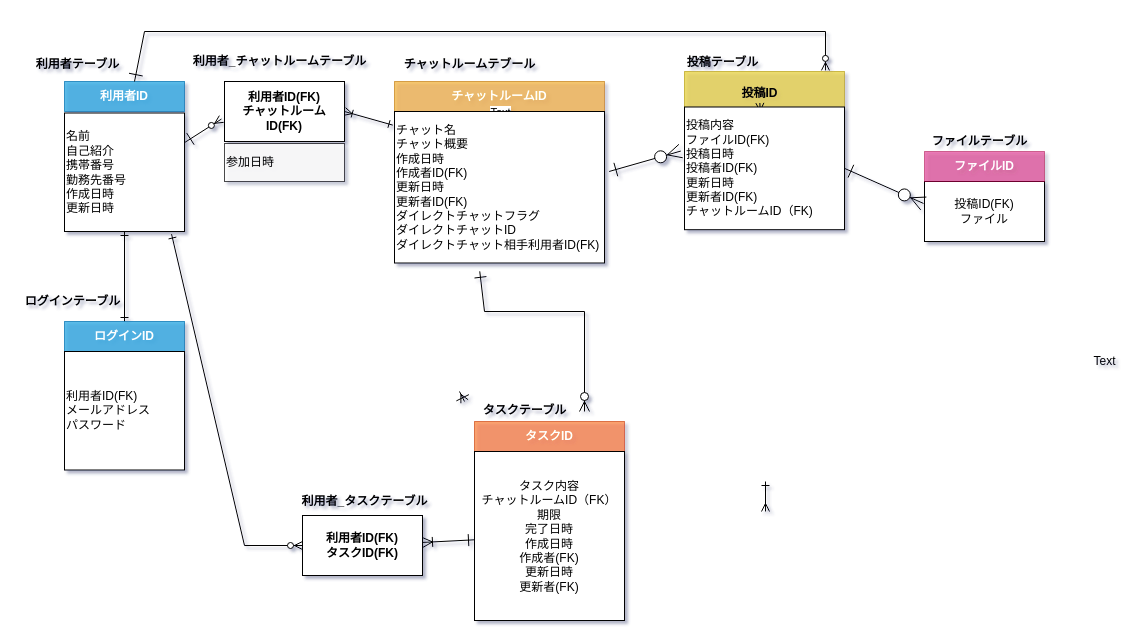
The draw.io diagram db/db-challenge1/db-challenge1.drawio in Yuina1012/quelcode-db, before the edit. Source tidied: cells renumbered, new cells numbered last; positions are measured from the earlier drawing's top-left corner, leaving out a move shared by most shapes. Both pictures are drawn from the tidied source at 100%, with x=0, y=0 at pixel (17, 31).
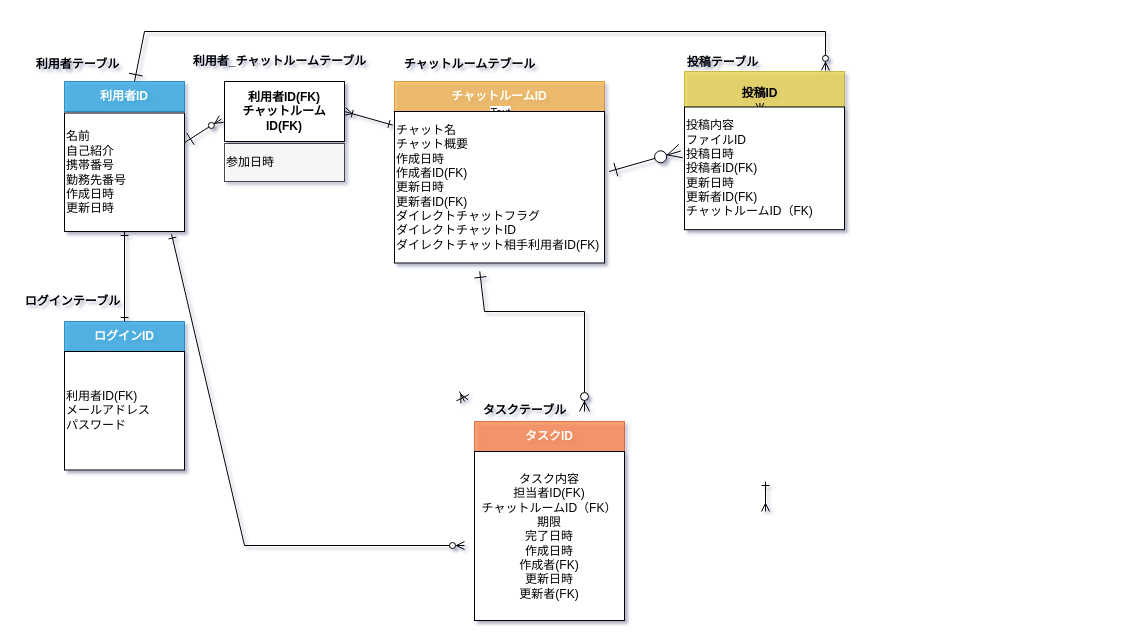
After the change.

Commit message:
ファイルテーブル削除、利用者＆タスクテーブル中間テーブル削除

The change refers to these unchanged cells:
```xml
<mxCell id="5" value="名前&lt;br&gt;自己紹介&lt;br&gt;携帯番号&lt;br&gt;勤務先番号&lt;br&gt;作成日時&lt;br&gt;更新日時" style="rounded=0;whiteSpace=wrap;html=1;align=left;" parent="1" vertex="1">
  <mxGeometry x="47" y="81.5" width="120" height="118.5" as="geometry" />
</mxCell>
<mxCell id="18" style="rounded=0;whiteSpace=wrap;html=1;fillColor=#e3c800;strokeColor=#B09500;fontColor=#ffffff;opacity=60;" parent="1" vertex="1">
  <mxGeometry x="667" y="40" width="160" height="157" as="geometry" />
</mxCell>
```

Change to the diagram source:
```diff
@@
-    <mxCell id="15" value="投稿ID(FK)&lt;br&gt;ファイル" style="rounded=0;whiteSpace=wrap;html=1;" parent="1" vertex="1">
-      <mxGeometry x="907" y="150" width="120" height="60" as="geometry" />
-    </mxCell>
-    <mxCell id="16" value="&lt;b&gt;ファイルID&lt;/b&gt;" style="rounded=0;whiteSpace=wrap;html=1;fillColor=#d80073;strokeColor=#A50040;fontColor=#ffffff;opacity=50;" parent="1" vertex="1">
-      <mxGeometry x="907" y="120" width="120" height="30" as="geometry" />
-    </mxCell>
@@
-    <mxCell id="21" value="投稿内容&lt;br&gt;ファイルID(FK)&lt;br&gt;投稿日時&lt;br&gt;投稿者ID(FK)&lt;br&gt;更新日時&lt;br&gt;更新者ID(FK)&lt;br&gt;チャットルームID（FK)" style="rounded=0;whiteSpace=wrap;html=1;align=left;" parent="18" vertex="1">
+    <mxCell id="21" value="投稿内容&lt;br&gt;ファイルID&lt;br&gt;投稿日時&lt;br&gt;投稿者ID(FK)&lt;br&gt;更新日時&lt;br&gt;更新者ID(FK)&lt;br&gt;チャットルームID（FK)" style="rounded=0;whiteSpace=wrap;html=1;align=left;" parent="18" vertex="1">
       <mxGeometry y="35.5" width="160" height="122.7" as="geometry" />
     </mxCell>
-    <mxCell id="22" style="rounded=0;jettySize=auto;html=1;exitX=1;exitY=0.5;exitDx=0;exitDy=0;entryX=-0.008;entryY=0.366;entryDx=0;entryDy=0;entryPerimeter=0;startArrow=ERone;startFill=0;endArrow=ERzeroToMany;endFill=1;strokeWidth=1;endSize=12;startSize=12;" parent="1" edge="1" source="21" target="15">
-      <mxGeometry relative="1" as="geometry" />
-    </mxCell>
@@
-    <mxCell id="28" style="edgeStyle=none;rounded=0;jettySize=auto;html=1;startArrow=ERzeroToMany;startFill=1;endArrow=ERone;endFill=0;strokeWidth=1;entryX=0.892;entryY=1.022;entryDx=0;entryDy=0;entryPerimeter=0;" parent="1" edge="1" source="36" target="5">
+    <mxCell id="28" style="edgeStyle=none;rounded=0;jettySize=auto;html=1;startArrow=ERzeroToMany;startFill=1;endArrow=ERone;endFill=0;strokeWidth=1;entryX=0.892;entryY=1.022;entryDx=0;entryDy=0;entryPerimeter=0;" parent="1" edge="1" target="5">
       <mxGeometry relative="1" as="geometry">
+        <mxPoint x="447" y="514" as="sourcePoint" />
         <Array as="points">
           <mxPoint x="227" y="514" />
         </Array>
       </mxGeometry>
     </mxCell>
-    <mxCell id="29" style="edgeStyle=none;rounded=0;jettySize=auto;html=1;startArrow=ERone;startFill=0;startSize=10;endArrow=ERoneToMany;endFill=0;endSize=8;" parent="1" edge="1" source="30" target="36">
-      <mxGeometry relative="1" as="geometry" />
-    </mxCell>
-    <mxCell id="30" value="タスク内容&lt;br&gt;チャットルームID（FK）&lt;br&gt;期限&lt;br&gt;完了日時&lt;br&gt;作成日時&lt;br&gt;作成者(FK)&lt;br&gt;更新日時&lt;br&gt;更新者(FK)" style="rounded=0;whiteSpace=wrap;html=1;" parent="1" vertex="1">
+    <mxCell id="30" value="タスク内容&lt;br&gt;担当者ID(FK)&lt;br&gt;チャットルームID（FK）&lt;br&gt;期限&lt;br&gt;完了日時&lt;br&gt;作成日時&lt;br&gt;作成者(FK)&lt;br&gt;更新日時&lt;br&gt;更新者(FK)" style="rounded=0;whiteSpace=wrap;html=1;" parent="1" vertex="1">
       <mxGeometry x="457" y="420" width="150" height="169" as="geometry" />
     </mxCell>
@@
-    <mxCell id="34" value="Text" style="text;html=1;align=center;verticalAlign=middle;" parent="1" vertex="1">
-      <mxGeometry x="1067" y="320" width="40" height="20" as="geometry" />
-    </mxCell>
-    <mxCell id="35" style="edgeStyle=none;rounded=0;jettySize=auto;html=1;startArrow=ERone;startFill=0;startSize=10;endArrow=ERzeroToMany;endFill=1;endSize=8;" parent="1" edge="1" source="36">
-      <mxGeometry relative="1" as="geometry">
-        <mxPoint x="345.5" y="544" as="targetPoint" />
-      </mxGeometry>
-    </mxCell>
-    <mxCell id="36" value="&lt;b&gt;利用者ID(FK)&lt;br&gt;タスクID(FK)&lt;br&gt;&lt;/b&gt;" style="rounded=0;whiteSpace=wrap;html=1;" parent="1" vertex="1">
-      <mxGeometry x="285" y="484" width="120" height="60" as="geometry" />
-    </mxCell>
@@
-    <mxCell id="45" value="&lt;b&gt;ファイルテーブル&lt;/b&gt;" style="text;html=1;align=center;verticalAlign=middle;" parent="1" vertex="1">
-      <mxGeometry x="907" y="100" width="110" height="20" as="geometry" />
-    </mxCell>
-    <mxCell id="46" value="&lt;b&gt;利用者_タスクテーブル&lt;/b&gt;" style="text;html=1;align=center;verticalAlign=middle;" parent="1" vertex="1">
-      <mxGeometry x="277" y="460" width="140" height="20" as="geometry" />
-    </mxCell>
```
